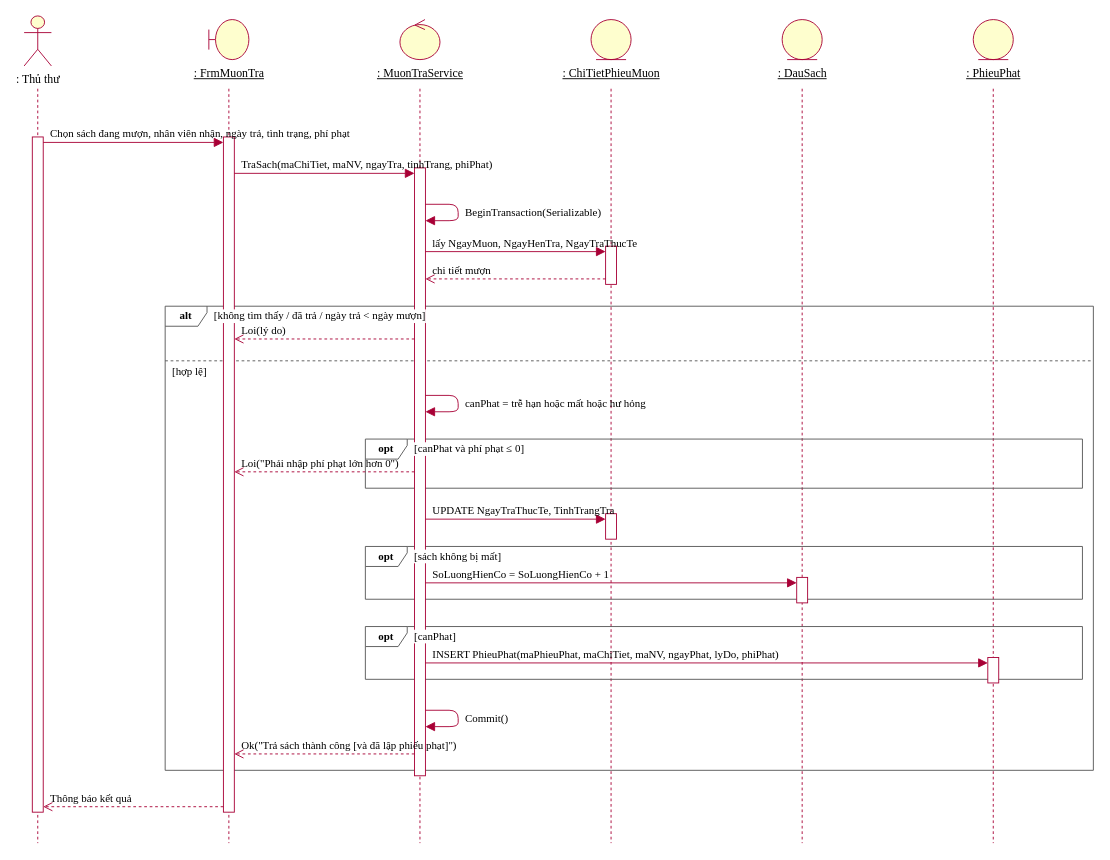
Above: IMAGES/LAB2/H4_Sequence_TraSach.drawio in nguyenquocan5432-bot/LAB_AT_OOSD (draw.io), before the change. Source tidied: cells renumbered, new cells numbered last; positions are measured from the earlier drawing's top-left corner, leaving out a move shared by most shapes. Both pictures are drawn from the tidied source at 91%, with x=0, y=0 at pixel (24, 15).
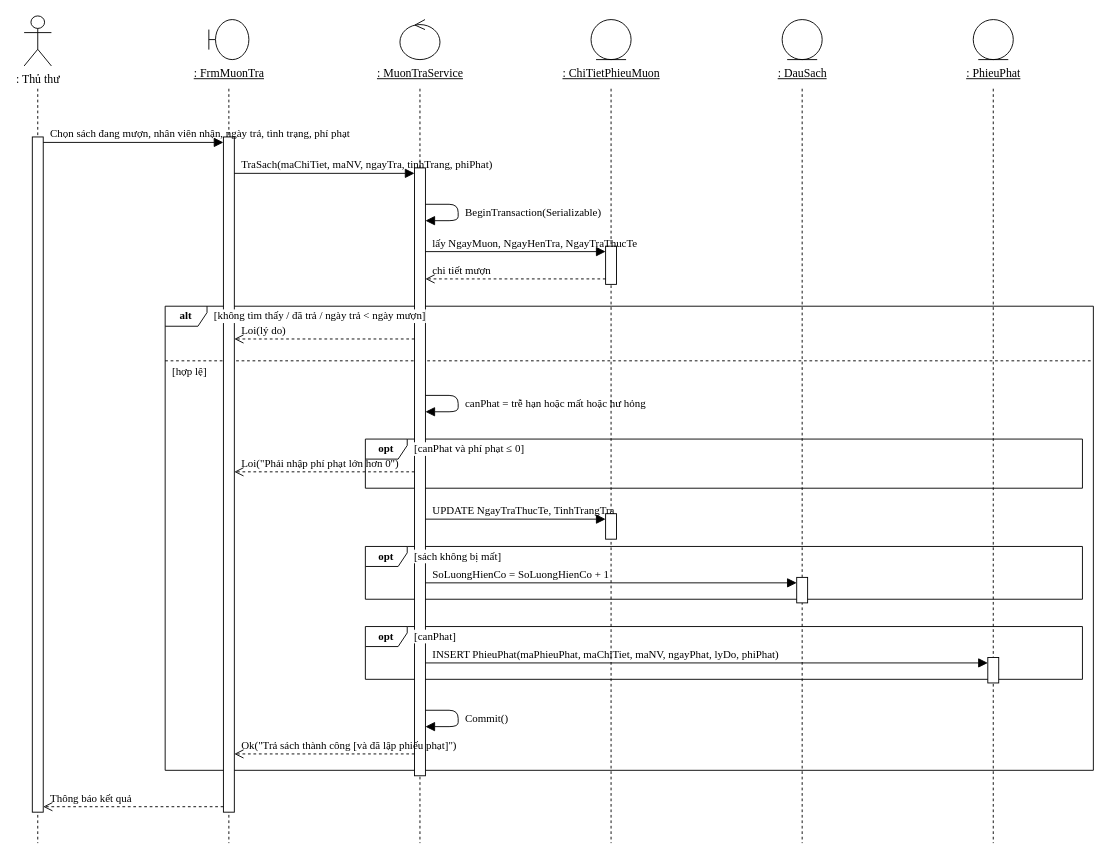
The same page after the edit.

The edit, as a diff of the source:
```diff
@@
-    <mxCell id="2" value=": Thủ thư" style="shape=umlActor;verticalLabelPosition=bottom;verticalAlign=top;html=1;fillColor=#FEFECE;strokeColor=#A80036;fontFamily=Times New Roman;fontSize=13;" parent="1" vertex="1">
+    <mxCell id="2" value=": Thủ thư" style="shape=umlActor;verticalLabelPosition=bottom;verticalAlign=top;html=1;fontFamily=Times New Roman;fontSize=13;" parent="1" vertex="1">
       <mxGeometry width="30" height="55" as="geometry" />
     </mxCell>
-    <mxCell id="3" style="endArrow=none;html=1;dashed=1;strokeColor=#A80036;" parent="1" edge="1">
+    <mxCell id="3" style="endArrow=none;html=1;dashed=1;" parent="1" edge="1">
       <mxGeometry relative="1" as="geometry">
         <mxPoint x="15" y="80" as="sourcePoint" />
         <mxPoint x="15" y="909" as="targetPoint" />
       </mxGeometry>
     </mxCell>
-    <mxCell id="4" style="shape=umlBoundary;whiteSpace=wrap;html=1;fillColor=#FEFECE;strokeColor=#A80036;" parent="1" vertex="1">
+    <mxCell id="4" style="shape=umlBoundary;whiteSpace=wrap;html=1;" parent="1" vertex="1">
       <mxGeometry x="203" y="4" width="44" height="44" as="geometry" />
     </mxCell>
@@
-    <mxCell id="6" style="endArrow=none;html=1;dashed=1;strokeColor=#A80036;" parent="1" edge="1">
+    <mxCell id="6" style="endArrow=none;html=1;dashed=1;" parent="1" edge="1">
       <mxGeometry relative="1" as="geometry">
         <mxPoint x="225" y="80" as="sourcePoint" />
         <mxPoint x="225" y="909" as="targetPoint" />
       </mxGeometry>
     </mxCell>
-    <mxCell id="7" style="ellipse;shape=umlControl;whiteSpace=wrap;html=1;fillColor=#FEFECE;strokeColor=#A80036;" parent="1" vertex="1">
+    <mxCell id="7" style="ellipse;shape=umlControl;whiteSpace=wrap;html=1;" parent="1" vertex="1">
       <mxGeometry x="413" y="4" width="44" height="44" as="geometry" />
     </mxCell>
@@
-    <mxCell id="9" style="endArrow=none;html=1;dashed=1;strokeColor=#A80036;" parent="1" edge="1">
+    <mxCell id="9" style="endArrow=none;html=1;dashed=1;" parent="1" edge="1">
       <mxGeometry relative="1" as="geometry">
         <mxPoint x="435" y="80" as="sourcePoint" />
         <mxPoint x="435" y="909" as="targetPoint" />
       </mxGeometry>
     </mxCell>
-    <mxCell id="10" style="ellipse;shape=umlEntity;whiteSpace=wrap;html=1;fillColor=#FEFECE;strokeColor=#A80036;" parent="1" vertex="1">
+    <mxCell id="10" style="ellipse;shape=umlEntity;whiteSpace=wrap;html=1;" parent="1" vertex="1">
       <mxGeometry x="623" y="4" width="44" height="44" as="geometry" />
     </mxCell>
@@
-    <mxCell id="12" style="endArrow=none;html=1;dashed=1;strokeColor=#A80036;" parent="1" edge="1">
+    <mxCell id="12" style="endArrow=none;html=1;dashed=1;" parent="1" edge="1">
       <mxGeometry relative="1" as="geometry">
         <mxPoint x="645" y="80" as="sourcePoint" />
         <mxPoint x="645" y="909" as="targetPoint" />
       </mxGeometry>
     </mxCell>
-    <mxCell id="13" style="ellipse;shape=umlEntity;whiteSpace=wrap;html=1;fillColor=#FEFECE;strokeColor=#A80036;" parent="1" vertex="1">
+    <mxCell id="13" style="ellipse;shape=umlEntity;whiteSpace=wrap;html=1;" parent="1" vertex="1">
       <mxGeometry x="833" y="4" width="44" height="44" as="geometry" />
     </mxCell>
@@
-    <mxCell id="15" style="endArrow=none;html=1;dashed=1;strokeColor=#A80036;" parent="1" edge="1">
+    <mxCell id="15" style="endArrow=none;html=1;dashed=1;" parent="1" edge="1">
       <mxGeometry relative="1" as="geometry">
         <mxPoint x="855" y="80" as="sourcePoint" />
         <mxPoint x="855" y="909" as="targetPoint" />
       </mxGeometry>
     </mxCell>
-    <mxCell id="16" style="ellipse;shape=umlEntity;whiteSpace=wrap;html=1;fillColor=#FEFECE;strokeColor=#A80036;" parent="1" vertex="1">
+    <mxCell id="16" style="ellipse;shape=umlEntity;whiteSpace=wrap;html=1;" parent="1" vertex="1">
       <mxGeometry x="1043" y="4" width="44" height="44" as="geometry" />
     </mxCell>
@@
-    <mxCell id="18" style="endArrow=none;html=1;dashed=1;strokeColor=#A80036;" parent="1" edge="1">
+    <mxCell id="18" style="endArrow=none;html=1;dashed=1;" parent="1" edge="1">
       <mxGeometry relative="1" as="geometry">
         <mxPoint x="1065" y="80" as="sourcePoint" />
         <mxPoint x="1065" y="909" as="targetPoint" />
       </mxGeometry>
     </mxCell>
-    <mxCell id="19" value="alt" style="shape=umlFrame;whiteSpace=wrap;html=1;width=46;height=22;fillColor=none;strokeColor=#555555;fontFamily=Times New Roman;fontSize=12;fontStyle=1;" parent="1" vertex="1">
+    <mxCell id="19" value="alt" style="shape=umlFrame;whiteSpace=wrap;html=1;width=46;height=22;fontFamily=Times New Roman;fontSize=12;fontStyle=1;" parent="1" vertex="1">
       <mxGeometry x="155" y="319" width="1020" height="510" as="geometry" />
     </mxCell>
-    <mxCell id="20" style="endArrow=none;html=1;dashed=1;strokeColor=#555555;" parent="1" edge="1">
+    <mxCell id="20" style="endArrow=none;html=1;dashed=1;" parent="1" edge="1">
       <mxGeometry relative="1" as="geometry">
         <mxPoint x="155" y="379" as="sourcePoint" />
         <mxPoint x="1175" y="379" as="targetPoint" />
       </mxGeometry>
     </mxCell>
-    <mxCell id="21" value="opt" style="shape=umlFrame;whiteSpace=wrap;html=1;width=46;height=22;fillColor=none;strokeColor=#555555;fontFamily=Times New Roman;fontSize=12;fontStyle=1;" parent="1" vertex="1">
+    <mxCell id="21" value="opt" style="shape=umlFrame;whiteSpace=wrap;html=1;width=46;height=22;fontFamily=Times New Roman;fontSize=12;fontStyle=1;" parent="1" vertex="1">
       <mxGeometry x="375" y="465" width="788" height="54" as="geometry" />
     </mxCell>
-    <mxCell id="22" value="opt" style="shape=umlFrame;whiteSpace=wrap;html=1;width=46;height=22;fillColor=none;strokeColor=#555555;fontFamily=Times New Roman;fontSize=12;fontStyle=1;" parent="1" vertex="1">
+    <mxCell id="22" value="opt" style="shape=umlFrame;whiteSpace=wrap;html=1;width=46;height=22;fontFamily=Times New Roman;fontSize=12;fontStyle=1;" parent="1" vertex="1">
       <mxGeometry x="375" y="583" width="788" height="58" as="geometry" />
     </mxCell>
-    <mxCell id="23" value="opt" style="shape=umlFrame;whiteSpace=wrap;html=1;width=46;height=22;fillColor=none;strokeColor=#555555;fontFamily=Times New Roman;fontSize=12;fontStyle=1;" parent="1" vertex="1">
+    <mxCell id="23" value="opt" style="shape=umlFrame;whiteSpace=wrap;html=1;width=46;height=22;fontFamily=Times New Roman;fontSize=12;fontStyle=1;" parent="1" vertex="1">
       <mxGeometry x="375" y="671" width="788" height="58" as="geometry" />
     </mxCell>
-    <mxCell id="24" style="rounded=0;whiteSpace=wrap;html=1;fillColor=#FFFFFF;strokeColor=#A80036;" parent="1" vertex="1">
+    <mxCell id="24" style="rounded=0;whiteSpace=wrap;html=1;" parent="1" vertex="1">
       <mxGeometry x="639" y="253" width="12" height="42" as="geometry" />
     </mxCell>
-    <mxCell id="25" style="rounded=0;whiteSpace=wrap;html=1;fillColor=#FFFFFF;strokeColor=#A80036;" parent="1" vertex="1">
+    <mxCell id="25" style="rounded=0;whiteSpace=wrap;html=1;" parent="1" vertex="1">
       <mxGeometry x="639" y="547" width="12" height="28" as="geometry" />
     </mxCell>
-    <mxCell id="26" style="rounded=0;whiteSpace=wrap;html=1;fillColor=#FFFFFF;strokeColor=#A80036;" parent="1" vertex="1">
+    <mxCell id="26" style="rounded=0;whiteSpace=wrap;html=1;" parent="1" vertex="1">
       <mxGeometry x="849" y="617" width="12" height="28" as="geometry" />
     </mxCell>
-    <mxCell id="27" style="rounded=0;whiteSpace=wrap;html=1;fillColor=#FFFFFF;strokeColor=#A80036;" parent="1" vertex="1">
+    <mxCell id="27" style="rounded=0;whiteSpace=wrap;html=1;" parent="1" vertex="1">
       <mxGeometry x="1059" y="705" width="12" height="28" as="geometry" />
     </mxCell>
-    <mxCell id="28" style="rounded=0;whiteSpace=wrap;html=1;fillColor=#FFFFFF;strokeColor=#A80036;" parent="1" vertex="1">
+    <mxCell id="28" style="rounded=0;whiteSpace=wrap;html=1;" parent="1" vertex="1">
       <mxGeometry x="429" y="167" width="12" height="668" as="geometry" />
     </mxCell>
-    <mxCell id="29" style="rounded=0;whiteSpace=wrap;html=1;fillColor=#FFFFFF;strokeColor=#A80036;" parent="1" vertex="1">
+    <mxCell id="29" style="rounded=0;whiteSpace=wrap;html=1;" parent="1" vertex="1">
       <mxGeometry x="219" y="133" width="12" height="742" as="geometry" />
     </mxCell>
-    <mxCell id="30" style="rounded=0;whiteSpace=wrap;html=1;fillColor=#FFFFFF;strokeColor=#A80036;" parent="1" vertex="1">
+    <mxCell id="30" style="rounded=0;whiteSpace=wrap;html=1;" parent="1" vertex="1">
       <mxGeometry x="9" y="133" width="12" height="742" as="geometry" />
     </mxCell>
@@
-    <mxCell id="36" value="Chọn sách đang mượn, nhân viên nhận, ngày trả, tình trạng, phí phạt" style="html=1;endArrow=block;endFill=1;endSize=8;strokeColor=#A80036;fontFamily=Times New Roman;fontSize=12;verticalAlign=bottom;align=left;spacingLeft=6;labelBackgroundColor=none;" parent="1" edge="1">
+    <mxCell id="36" value="Chọn sách đang mượn, nhân viên nhận, ngày trả, tình trạng, phí phạt" style="html=1;endArrow=block;endFill=1;endSize=8;fontFamily=Times New Roman;fontSize=12;verticalAlign=bottom;align=left;spacingLeft=6;labelBackgroundColor=none;" parent="1" edge="1">
       <mxGeometry x="-1" relative="1" as="geometry">
         <mxPoint x="21" y="139" as="sourcePoint" />
         <mxPoint x="219" y="139" as="targetPoint" />
       </mxGeometry>
     </mxCell>
-    <mxCell id="37" value="TraSach(maChiTiet, maNV, ngayTra, tinhTrang, phiPhat)" style="html=1;endArrow=block;endFill=1;endSize=8;strokeColor=#A80036;fontFamily=Times New Roman;fontSize=12;verticalAlign=bottom;align=left;spacingLeft=6;labelBackgroundColor=none;" parent="1" edge="1">
+    <mxCell id="37" value="TraSach(maChiTiet, maNV, ngayTra, tinhTrang, phiPhat)" style="html=1;endArrow=block;endFill=1;endSize=8;fontFamily=Times New Roman;fontSize=12;verticalAlign=bottom;align=left;spacingLeft=6;labelBackgroundColor=none;" parent="1" edge="1">
       <mxGeometry x="-1" relative="1" as="geometry">
         <mxPoint x="231" y="173" as="sourcePoint" />
         <mxPoint x="429" y="173" as="targetPoint" />
       </mxGeometry>
     </mxCell>
-    <mxCell id="38" style="html=1;endArrow=block;endFill=1;endSize=8;strokeColor=#A80036;fontFamily=Times New Roman;fontSize=12;verticalAlign=bottom;align=left;spacingLeft=6;labelBackgroundColor=none;" parent="1" edge="1">
+    <mxCell id="38" style="html=1;endArrow=block;endFill=1;endSize=8;fontFamily=Times New Roman;fontSize=12;verticalAlign=bottom;align=left;spacingLeft=6;labelBackgroundColor=none;" parent="1" edge="1">
       <mxGeometry relative="1" as="geometry">
         <mxPoint x="441" y="207" as="sourcePoint" />
         <mxPoint x="441" y="225" as="targetPoint" />
         <Array as="points">
           <mxPoint x="477" y="207" />
           <mxPoint x="477" y="225" />
         </Array>
       </mxGeometry>
     </mxCell>
@@
-    <mxCell id="40" value="lấy NgayMuon, NgayHenTra, NgayTraThucTe" style="html=1;endArrow=block;endFill=1;endSize=8;strokeColor=#A80036;fontFamily=Times New Roman;fontSize=12;verticalAlign=bottom;align=left;spacingLeft=6;labelBackgroundColor=none;" parent="1" edge="1">
+    <mxCell id="40" value="lấy NgayMuon, NgayHenTra, NgayTraThucTe" style="html=1;endArrow=block;endFill=1;endSize=8;fontFamily=Times New Roman;fontSize=12;verticalAlign=bottom;align=left;spacingLeft=6;labelBackgroundColor=none;" parent="1" edge="1">
       <mxGeometry x="-1" relative="1" as="geometry">
         <mxPoint x="441" y="259" as="sourcePoint" />
         <mxPoint x="639" y="259" as="targetPoint" />
       </mxGeometry>
     </mxCell>
-    <mxCell id="41" value="chi tiết mượn" style="html=1;endArrow=open;endSize=8;dashed=1;strokeColor=#A80036;fontFamily=Times New Roman;fontSize=12;verticalAlign=bottom;align=left;spacingLeft=6;labelBackgroundColor=none;" parent="1" edge="1">
+    <mxCell id="41" value="chi tiết mượn" style="html=1;endArrow=open;endSize=8;dashed=1;fontFamily=Times New Roman;fontSize=12;verticalAlign=bottom;align=left;spacingLeft=6;labelBackgroundColor=none;" parent="1" edge="1">
       <mxGeometry x="1" relative="1" as="geometry">
         <mxPoint x="639" y="289" as="sourcePoint" />
         <mxPoint x="441" y="289" as="targetPoint" />
       </mxGeometry>
     </mxCell>
-    <mxCell id="42" value="Loi(lý do)" style="html=1;endArrow=open;endSize=8;dashed=1;strokeColor=#A80036;fontFamily=Times New Roman;fontSize=12;verticalAlign=bottom;align=left;spacingLeft=6;labelBackgroundColor=none;" parent="1" edge="1">
+    <mxCell id="42" value="Loi(lý do)" style="html=1;endArrow=open;endSize=8;dashed=1;fontFamily=Times New Roman;fontSize=12;verticalAlign=bottom;align=left;spacingLeft=6;labelBackgroundColor=none;" parent="1" edge="1">
       <mxGeometry x="1" relative="1" as="geometry">
         <mxPoint x="429" y="355" as="sourcePoint" />
         <mxPoint x="231" y="355" as="targetPoint" />
       </mxGeometry>
     </mxCell>
-    <mxCell id="43" style="html=1;endArrow=block;endFill=1;endSize=8;strokeColor=#A80036;fontFamily=Times New Roman;fontSize=12;verticalAlign=bottom;align=left;spacingLeft=6;labelBackgroundColor=none;" parent="1" edge="1">
+    <mxCell id="43" style="html=1;endArrow=block;endFill=1;endSize=8;fontFamily=Times New Roman;fontSize=12;verticalAlign=bottom;align=left;spacingLeft=6;labelBackgroundColor=none;" parent="1" edge="1">
       <mxGeometry relative="1" as="geometry">
         <mxPoint x="441" y="417" as="sourcePoint" />
         <mxPoint x="441" y="435" as="targetPoint" />
         <Array as="points">
           <mxPoint x="477" y="417" />
           <mxPoint x="477" y="435" />
         </Array>
       </mxGeometry>
     </mxCell>
@@
-    <mxCell id="45" value="Loi(&quot;Phải nhập phí phạt lớn hơn 0&quot;)" style="html=1;endArrow=open;endSize=8;dashed=1;strokeColor=#A80036;fontFamily=Times New Roman;fontSize=12;verticalAlign=bottom;align=left;spacingLeft=6;labelBackgroundColor=none;" parent="1" edge="1">
+    <mxCell id="45" value="Loi(&quot;Phải nhập phí phạt lớn hơn 0&quot;)" style="html=1;endArrow=open;endSize=8;dashed=1;fontFamily=Times New Roman;fontSize=12;verticalAlign=bottom;align=left;spacingLeft=6;labelBackgroundColor=none;" parent="1" edge="1">
       <mxGeometry x="1" relative="1" as="geometry">
         <mxPoint x="429" y="501" as="sourcePoint" />
         <mxPoint x="231" y="501" as="targetPoint" />
       </mxGeometry>
     </mxCell>
-    <mxCell id="46" value="UPDATE NgayTraThucTe, TinhTrangTra" style="html=1;endArrow=block;endFill=1;endSize=8;strokeColor=#A80036;fontFamily=Times New Roman;fontSize=12;verticalAlign=bottom;align=left;spacingLeft=6;labelBackgroundColor=none;" parent="1" edge="1">
+    <mxCell id="46" value="UPDATE NgayTraThucTe, TinhTrangTra" style="html=1;endArrow=block;endFill=1;endSize=8;fontFamily=Times New Roman;fontSize=12;verticalAlign=bottom;align=left;spacingLeft=6;labelBackgroundColor=none;" parent="1" edge="1">
       <mxGeometry x="-1" relative="1" as="geometry">
         <mxPoint x="441" y="553" as="sourcePoint" />
         <mxPoint x="639" y="553" as="targetPoint" />
       </mxGeometry>
     </mxCell>
-    <mxCell id="47" value="SoLuongHienCo = SoLuongHienCo + 1" style="html=1;endArrow=block;endFill=1;endSize=8;strokeColor=#A80036;fontFamily=Times New Roman;fontSize=12;verticalAlign=bottom;align=left;spacingLeft=6;labelBackgroundColor=none;" parent="1" edge="1">
+    <mxCell id="47" value="SoLuongHienCo = SoLuongHienCo + 1" style="html=1;endArrow=block;endFill=1;endSize=8;fontFamily=Times New Roman;fontSize=12;verticalAlign=bottom;align=left;spacingLeft=6;labelBackgroundColor=none;" parent="1" edge="1">
       <mxGeometry x="-1" relative="1" as="geometry">
         <mxPoint x="441" y="623" as="sourcePoint" />
         <mxPoint x="849" y="623" as="targetPoint" />
       </mxGeometry>
     </mxCell>
-    <mxCell id="48" value="INSERT PhieuPhat(maPhieuPhat, maChiTiet, maNV, ngayPhat, lyDo, phiPhat)" style="html=1;endArrow=block;endFill=1;endSize=8;strokeColor=#A80036;fontFamily=Times New Roman;fontSize=12;verticalAlign=bottom;align=left;spacingLeft=6;labelBackgroundColor=none;" parent="1" edge="1">
+    <mxCell id="48" value="INSERT PhieuPhat(maPhieuPhat, maChiTiet, maNV, ngayPhat, lyDo, phiPhat)" style="html=1;endArrow=block;endFill=1;endSize=8;fontFamily=Times New Roman;fontSize=12;verticalAlign=bottom;align=left;spacingLeft=6;labelBackgroundColor=none;" parent="1" edge="1">
       <mxGeometry x="-1" relative="1" as="geometry">
         <mxPoint x="441" y="711" as="sourcePoint" />
         <mxPoint x="1059" y="711" as="targetPoint" />
       </mxGeometry>
     </mxCell>
-    <mxCell id="49" style="html=1;endArrow=block;endFill=1;endSize=8;strokeColor=#A80036;fontFamily=Times New Roman;fontSize=12;verticalAlign=bottom;align=left;spacingLeft=6;labelBackgroundColor=none;" parent="1" edge="1">
+    <mxCell id="49" style="html=1;endArrow=block;endFill=1;endSize=8;fontFamily=Times New Roman;fontSize=12;verticalAlign=bottom;align=left;spacingLeft=6;labelBackgroundColor=none;" parent="1" edge="1">
       <mxGeometry relative="1" as="geometry">
         <mxPoint x="441" y="763" as="sourcePoint" />
         <mxPoint x="441" y="781" as="targetPoint" />
         <Array as="points">
           <mxPoint x="477" y="763" />
           <mxPoint x="477" y="781" />
         </Array>
       </mxGeometry>
     </mxCell>
@@
-    <mxCell id="51" value="Ok(&quot;Trả sách thành công [và đã lập phiếu phạt]&quot;)" style="html=1;endArrow=open;endSize=8;dashed=1;strokeColor=#A80036;fontFamily=Times New Roman;fontSize=12;verticalAlign=bottom;align=left;spacingLeft=6;labelBackgroundColor=none;" parent="1" edge="1">
+    <mxCell id="51" value="Ok(&quot;Trả sách thành công [và đã lập phiếu phạt]&quot;)" style="html=1;endArrow=open;endSize=8;dashed=1;fontFamily=Times New Roman;fontSize=12;verticalAlign=bottom;align=left;spacingLeft=6;labelBackgroundColor=none;" parent="1" edge="1">
       <mxGeometry x="1" relative="1" as="geometry">
         <mxPoint x="429" y="811" as="sourcePoint" />
         <mxPoint x="231" y="811" as="targetPoint" />
       </mxGeometry>
     </mxCell>
-    <mxCell id="52" value="Thông báo kết quả" style="html=1;endArrow=open;endSize=8;dashed=1;strokeColor=#A80036;fontFamily=Times New Roman;fontSize=12;verticalAlign=bottom;align=left;spacingLeft=6;labelBackgroundColor=none;" parent="1" edge="1">
+    <mxCell id="52" value="Thông báo kết quả" style="html=1;endArrow=open;endSize=8;dashed=1;fontFamily=Times New Roman;fontSize=12;verticalAlign=bottom;align=left;spacingLeft=6;labelBackgroundColor=none;" parent="1" edge="1">
       <mxGeometry x="1" relative="1" as="geometry">
         <mxPoint x="219" y="869" as="sourcePoint" />
         <mxPoint x="21" y="869" as="targetPoint" />
       </mxGeometry>
     </mxCell>
```
